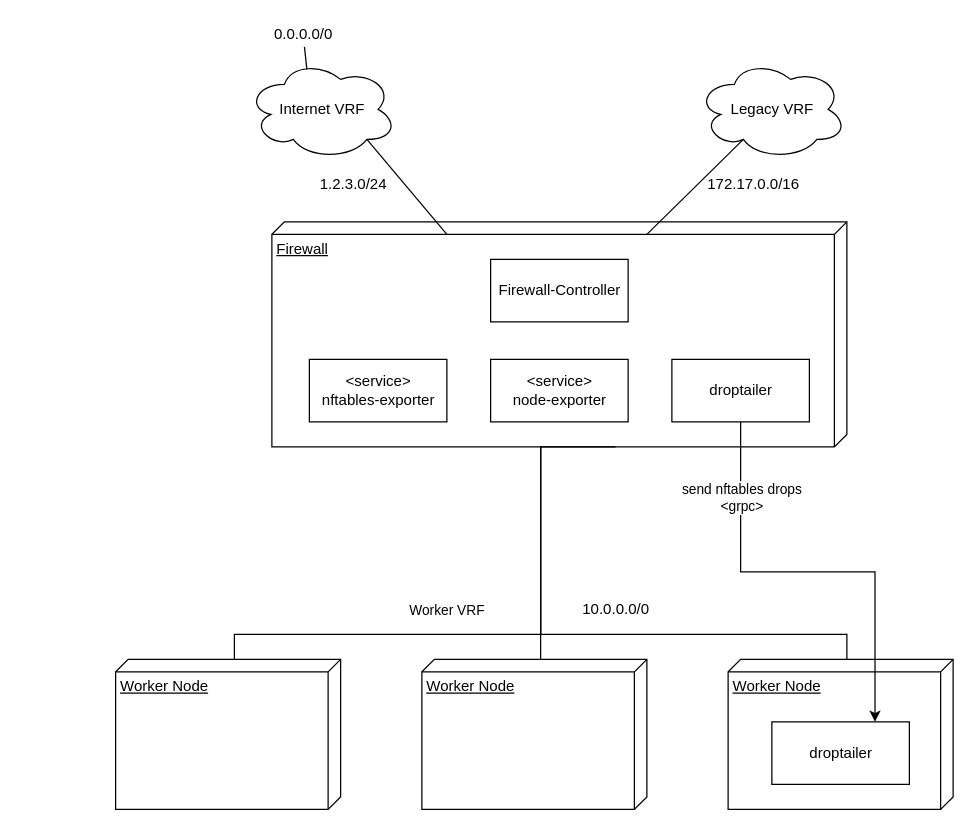
metal-stack/firewall-controller keeps this draw.io diagram as architecture.drawio. Above is the earlier version. Source tidied: cells renumbered, new cells numbered last; positions are measured from the earlier drawing's top-left corner, leaving out a move shared by most shapes. Both pictures are drawn from the tidied source at 125%, with x=0, y=0 at pixel (115, 21).
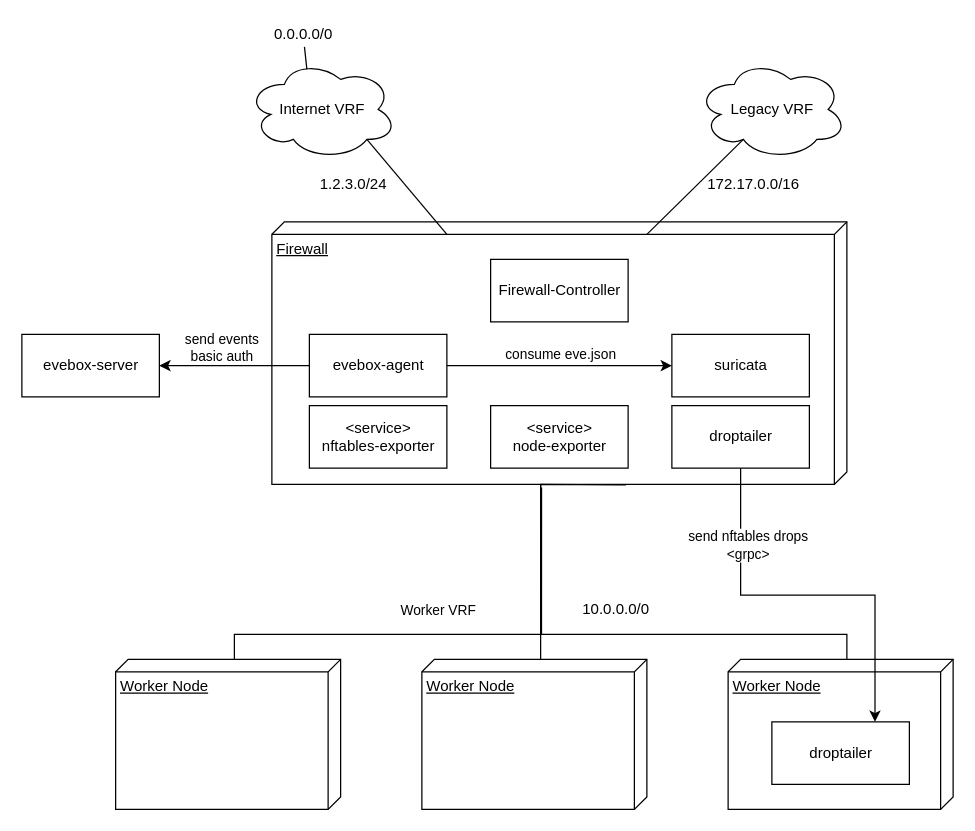
The same diagram, later.

Commit message (it also covers changes not shown here):
Evebox added to the architecture

Unchanged cells that the change refers to:
```xml
<mxCell id="2" value="Worker Node" style="verticalAlign=top;align=left;spacingTop=8;spacingLeft=2;spacingRight=12;shape=cube;size=10;direction=south;fontStyle=4;html=1;" parent="1" vertex="1">
  <mxGeometry y="510" width="180" height="120" as="geometry" />
</mxCell>
<mxCell id="23" value="Worker Node" style="verticalAlign=top;align=left;spacingTop=8;spacingLeft=2;spacingRight=12;shape=cube;size=10;direction=south;fontStyle=4;html=1;" parent="1" vertex="1">
  <mxGeometry x="245" y="510" width="180" height="120" as="geometry" />
</mxCell>
<mxCell id="24" value="Worker Node" style="verticalAlign=top;align=left;spacingTop=8;spacingLeft=2;spacingRight=12;shape=cube;size=10;direction=south;fontStyle=4;html=1;" parent="1" vertex="1">
  <mxGeometry x="490" y="510" width="180" height="120" as="geometry" />
</mxCell>
<mxCell id="26" style="edgeStyle=orthogonalEdgeStyle;rounded=0;jettySize=auto;html=1;entryX=0.75;entryY=0;entryDx=0;entryDy=0;" parent="1" edge="1" source="22" target="25">
  <mxGeometry relative="1" as="geometry" />
</mxCell>
```

The edit, as a diff of the source:
```diff
@@
     <mxCell id="3" value="Firewall" style="verticalAlign=top;align=left;spacingTop=8;spacingLeft=2;spacingRight=12;shape=cube;size=10;direction=south;fontStyle=4;html=1;" parent="1" vertex="1">
-      <mxGeometry x="125" y="160" width="460" height="180" as="geometry" />
+      <mxGeometry x="125" y="160" width="460" height="210" as="geometry" />
     </mxCell>
-    <mxCell id="4" style="edgeStyle=orthogonalEdgeStyle;rounded=0;jettySize=auto;html=1;exitX=0;exitY=0;exitDx=180;exitDy=185;endArrow=none;endFill=0;exitPerimeter=0;entryX=0;entryY=0;entryDx=0;entryDy=85;entryPerimeter=0;" parent="1" edge="1" source="3" target="2">
+    <mxCell id="4" style="edgeStyle=orthogonalEdgeStyle;rounded=0;jettySize=auto;html=1;exitX=1.002;exitY=0.384;exitDx=0;exitDy=0;endArrow=none;endFill=0;exitPerimeter=0;entryX=0;entryY=0;entryDx=0;entryDy=85;entryPerimeter=0;" parent="1" edge="1" source="3" target="2">
       <mxGeometry relative="1" as="geometry">
         <Array as="points">
-          <mxPoint x="340" y="340" />
+          <mxPoint x="400" y="370" />
+          <mxPoint x="340" y="370" />
           <mxPoint x="340" y="490" />
           <mxPoint x="95" y="490" />
         </Array>
       </mxGeometry>
     </mxCell>
@@
     <mxCell id="8" style="edgeStyle=orthogonalEdgeStyle;rounded=0;jettySize=auto;html=1;exitX=0;exitY=0;exitDx=0;exitDy=85;endArrow=none;endFill=0;exitPerimeter=0;" parent="1" edge="1" source="23">
       <mxGeometry relative="1" as="geometry">
-        <mxPoint x="340" y="340" as="targetPoint" />
+        <mxPoint x="340" y="370" as="targetPoint" />
       </mxGeometry>
     </mxCell>
-    <mxCell id="9" style="edgeStyle=orthogonalEdgeStyle;rounded=0;jettySize=auto;html=1;exitX=0;exitY=0;exitDx=0;exitDy=85;endArrow=none;endFill=0;exitPerimeter=0;" parent="1" edge="1" source="24">
+    <mxCell id="9" style="edgeStyle=orthogonalEdgeStyle;rounded=0;jettySize=auto;html=1;exitX=0;exitY=0;exitDx=0;exitDy=85;endArrow=none;endFill=0;exitPerimeter=0;entryX=1.012;entryY=0.531;entryDx=0;entryDy=0;entryPerimeter=0;" parent="1" edge="1" source="24" target="3">
       <mxGeometry relative="1" as="geometry">
-        <mxPoint x="340" y="340" as="targetPoint" />
         <Array as="points">
           <mxPoint x="585" y="490" />
-          <mxPoint x="340" y="490" />
+          <mxPoint x="341" y="490" />
         </Array>
       </mxGeometry>
     </mxCell>
@@
     <mxCell id="20" value="&amp;lt;service&amp;gt;&lt;br&gt;nftables-exporter" style="html=1;" parent="1" vertex="1">
-      <mxGeometry x="155" y="270" width="110" height="50" as="geometry" />
+      <mxGeometry x="155" y="307" width="110" height="50" as="geometry" />
     </mxCell>
     <mxCell id="21" value="&amp;lt;service&amp;gt;&lt;br&gt;node-exporter" style="html=1;" parent="1" vertex="1">
-      <mxGeometry x="300" y="270" width="110" height="50" as="geometry" />
+      <mxGeometry x="300" y="307" width="110" height="50" as="geometry" />
     </mxCell>
     <mxCell id="22" value="droptailer" style="html=1;" parent="1" vertex="1">
-      <mxGeometry x="445" y="270" width="110" height="50" as="geometry" />
+      <mxGeometry x="445" y="307" width="110" height="50" as="geometry" />
     </mxCell>
@@
     <mxCell id="27" value="send nftables drops&lt;br&gt;&amp;lt;grpc&amp;gt;" style="edgeLabel;html=1;align=center;verticalAlign=middle;" parent="26" vertex="1">
       <mxGeometry x="-0.31" y="37" relative="1" as="geometry">
-        <mxPoint x="0.1" y="-23" as="offset" />
+        <mxPoint y="-3" as="offset" />
       </mxGeometry>
     </mxCell>
+    <mxCell id="28" style="edgeStyle=orthogonalEdgeStyle;rounded=0;jettySize=auto;html=1;entryX=0;entryY=0.5;entryDx=0;entryDy=0;" parent="1" edge="1" source="32" target="33">
+      <mxGeometry relative="1" as="geometry" />
+    </mxCell>
+    <mxCell id="29" value="consume eve.json" style="edgeLabel;html=1;align=center;verticalAlign=middle;" parent="28" vertex="1">
+      <mxGeometry x="0.13" y="-1" relative="1" as="geometry">
+        <mxPoint x="-11.9" y="-11" as="offset" />
+      </mxGeometry>
+    </mxCell>
+    <mxCell id="30" style="edgeStyle=orthogonalEdgeStyle;rounded=0;jettySize=auto;html=1;entryX=1;entryY=0.5;entryDx=0;entryDy=0;" parent="1" edge="1" source="32" target="34">
+      <mxGeometry relative="1" as="geometry" />
+    </mxCell>
+    <mxCell id="31" value="send events&lt;br&gt;basic auth" style="edgeLabel;html=1;align=center;verticalAlign=middle;" parent="30" vertex="1">
+      <mxGeometry x="-0.07" y="2" relative="1" as="geometry">
+        <mxPoint x="-14.3" y="-17" as="offset" />
+      </mxGeometry>
+    </mxCell>
+    <mxCell id="32" value="evebox-agent" style="html=1;" parent="1" vertex="1">
+      <mxGeometry x="155" y="250" width="110" height="50" as="geometry" />
+    </mxCell>
+    <mxCell id="33" value="suricata" style="html=1;" parent="1" vertex="1">
+      <mxGeometry x="445" y="250" width="110" height="50" as="geometry" />
+    </mxCell>
+    <mxCell id="34" value="evebox-server" style="html=1;" parent="1" vertex="1">
+      <mxGeometry x="-75" y="250" width="110" height="50" as="geometry" />
+    </mxCell>
```
